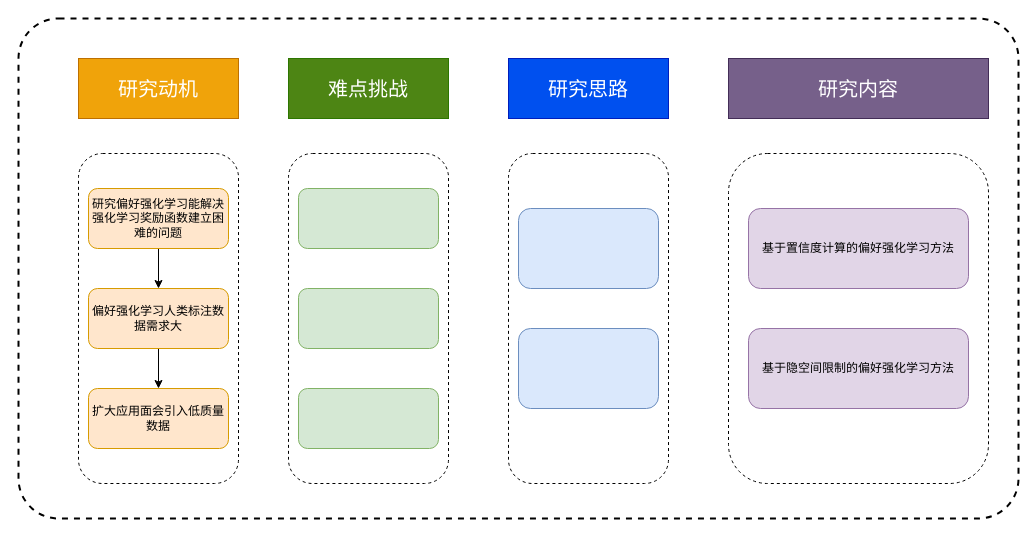
gyh-ustc/Graduation-Dissertation keeps this draw.io diagram as 研究过程关系图.drawio. Above is the earlier version. Source tidied: cells renumbered, new cells numbered last; positions are measured from the earlier drawing's top-left corner, leaving out a move shared by most shapes. Both pictures are drawn from the tidied source at 100%, with x=0, y=0 at pixel (18, 18).
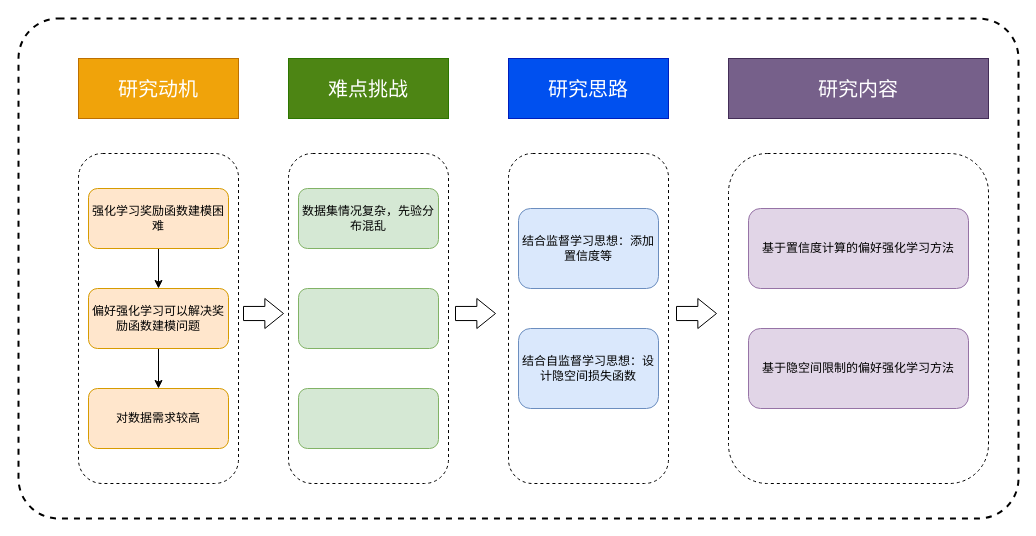
The same diagram, later.

Commit message:
更新研究过程关系图.drawio

The edit, as a diff of the source:
```diff
@@
-    <mxCell id="12" value="研究偏好强化学习能解决强化学习奖励函数建立困难的问题" style="rounded=1;whiteSpace=wrap;html=1;fillColor=#ffe6cc;strokeColor=#d79b00;" parent="1" vertex="1">
+    <mxCell id="12" value="强化学习奖励函数建模困难" style="rounded=1;whiteSpace=wrap;html=1;fillColor=#ffe6cc;strokeColor=#d79b00;" parent="1" vertex="1">
       <mxGeometry x="70" y="170" width="140" height="60" as="geometry" />
     </mxCell>
@@
-    <mxCell id="14" value="偏好强化学习人类标注数据需求大" style="rounded=1;whiteSpace=wrap;html=1;fillColor=#ffe6cc;strokeColor=#d79b00;" parent="1" vertex="1">
+    <mxCell id="14" value="偏好强化学习可以解决奖励函数建模问题" style="rounded=1;whiteSpace=wrap;html=1;fillColor=#ffe6cc;strokeColor=#d79b00;" parent="1" vertex="1">
       <mxGeometry x="70" y="270" width="140" height="60" as="geometry" />
     </mxCell>
-    <mxCell id="15" value="扩大应用面会引入低质量数据" style="rounded=1;whiteSpace=wrap;html=1;fillColor=#ffe6cc;strokeColor=#d79b00;" parent="1" vertex="1">
+    <mxCell id="15" value="对数据需求较高" style="rounded=1;whiteSpace=wrap;html=1;fillColor=#ffe6cc;strokeColor=#d79b00;" parent="1" vertex="1">
       <mxGeometry x="70" y="370" width="140" height="60" as="geometry" />
     </mxCell>
-    <mxCell id="16" style="rounded=1;whiteSpace=wrap;html=1;fillColor=#d5e8d4;strokeColor=#82b366;" parent="1" vertex="1">
+    <mxCell id="16" value="数据集情况复杂，先验分布混乱" style="rounded=1;whiteSpace=wrap;html=1;fillColor=#d5e8d4;strokeColor=#82b366;" parent="1" vertex="1">
       <mxGeometry x="280" y="170" width="140" height="60" as="geometry" />
     </mxCell>
@@
-    <mxCell id="19" style="rounded=1;whiteSpace=wrap;html=1;fillColor=#dae8fc;strokeColor=#6c8ebf;" parent="1" vertex="1">
+    <mxCell id="19" value="结合监督学习思想：添加置信度等" style="rounded=1;whiteSpace=wrap;html=1;fillColor=#dae8fc;strokeColor=#6c8ebf;" parent="1" vertex="1">
       <mxGeometry x="500" y="190" width="140" height="80" as="geometry" />
     </mxCell>
@@
-    <mxCell id="22" style="rounded=1;whiteSpace=wrap;html=1;fillColor=#dae8fc;strokeColor=#6c8ebf;" parent="1" vertex="1">
+    <mxCell id="22" value="结合自监督学习思想：设计隐空间损失函数" style="rounded=1;whiteSpace=wrap;html=1;fillColor=#dae8fc;strokeColor=#6c8ebf;" parent="1" vertex="1">
       <mxGeometry x="500" y="310" width="140" height="80" as="geometry" />
     </mxCell>
+    <mxCell id="23" style="shape=singleArrow;whiteSpace=wrap;html=1;arrowWidth=0.47058919270833144;arrowSize=0.46617575252757176;strokeColor=light-dark(#000000, #005171);" parent="1" vertex="1">
+      <mxGeometry x="225" y="280" width="40" height="30" as="geometry" />
+    </mxCell>
+    <mxCell id="24" style="shape=singleArrow;whiteSpace=wrap;html=1;arrowWidth=0.47058919270833144;arrowSize=0.46617575252757176;" parent="1" vertex="1">
+      <mxGeometry x="437" y="280" width="40" height="30" as="geometry" />
+    </mxCell>
+    <mxCell id="25" style="shape=singleArrow;whiteSpace=wrap;html=1;arrowWidth=0.47058919270833144;arrowSize=0.46617575252757176;" parent="1" vertex="1">
+      <mxGeometry x="658" y="280" width="40" height="30" as="geometry" />
+    </mxCell>
```
